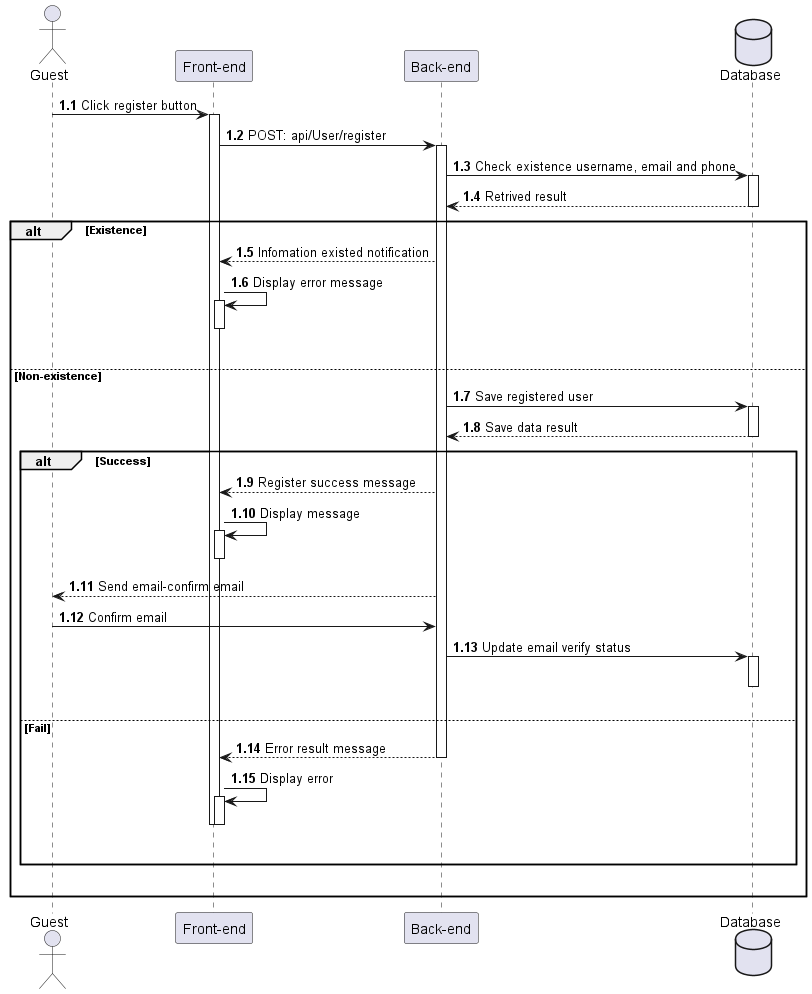
Before: out/Sequences_diagrams/Register/Register.png, a diagram exported from PlantUML (HTPhong-276/iCoaching-Diagrams). Its diagram source:
```plantuml
@startuml Register
actor Guest as user
participant "Front-end" as client
participant "Back-end" as server
database "Database" as db

autonumber 1.1 "<b>0:"

user -> client++ : Click register button
client -> server++ : POST: api/User/register
server -> db++ : Check existence username, email and phone
db --> server : Retrived result
deactivate

alt Existence
    server --> client : Infomation existed notification
    client -> client++ : Display error message
    deactivate
    |||
else Non-existence
    server -> db++ : Save registered user
    db --> server : Save data result
    deactivate
    alt Success
        server --> client : Register success message
        client -> client++ : Display message
        deactivate
        server --> user : Send email-confirm email
        user -> server : Confirm email
        server -> db++ : Update email verify status
        deactivate
        |||
    else Fail
        server --> client : Error result message
        deactivate
        client -> client++ : Display error
        deactivate
        deactivate
        |||
    end
    |||
end
@enduml
```
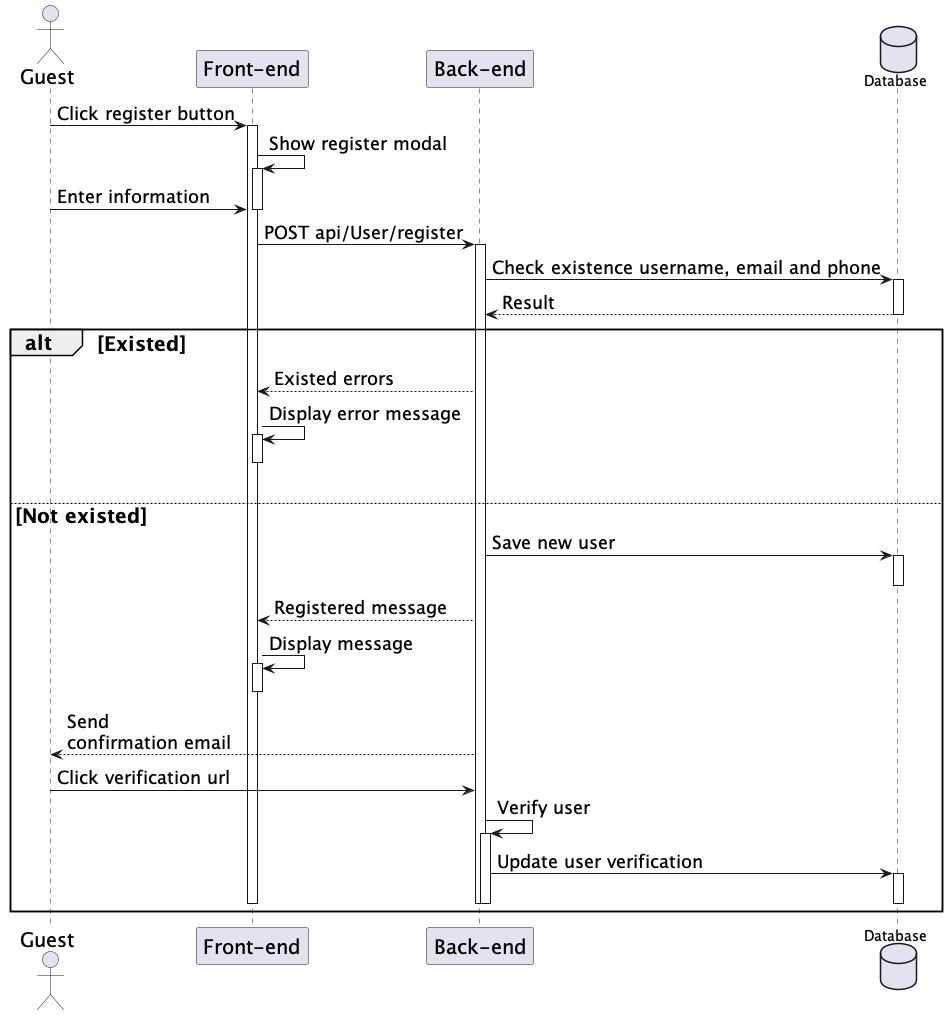
The same diagram one commit later.

The edit, as a diff of the source:
```diff
@@ -1,43 +1,44 @@
 @startuml Register
+skinparam sequenceGroupFontSize 20
+skinparam sequenceGroupHeaderFontSize 20
+skinparam sequence {
+    ParticipantFontSize 20
+    ActorFontSize 20
+    DatabaseFontSize 20
+    ArrowFontSize 18
+}
 actor Guest as user
 participant "Front-end" as client
 participant "Back-end" as server
 database "Database" as db
 
-autonumber 1.1 "<b>0:"
-
 user -> client++ : Click register button
-client -> server++ : POST: api/User/register
+client -> client++: Show register modal
+user -> client: Enter information
+deactivate
+client -> server++ : POST api/User/register
 server -> db++ : Check existence username, email and phone
-db --> server : Retrived result
+db --> server : Result
 deactivate
 
-alt Existence
-    server --> client : Infomation existed notification
+alt Existed
+    server --> client : Existed errors
     client -> client++ : Display error message
     deactivate
     |||
-else Non-existence
-    server -> db++ : Save registered user
-    db --> server : Save data result
+else Not existed
+    server -> db++ : Save new user
     deactivate
-    alt Success
-        server --> client : Register success message
-        client -> client++ : Display message
-        deactivate
-        server --> user : Send email-confirm email
-        user -> server : Confirm email
-        server -> db++ : Update email verify status
-        deactivate
-        |||
-    else Fail
-        server --> client : Error result message
-        deactivate
-        client -> client++ : Display error
-        deactivate
-        deactivate
-        |||
-    end
-    |||
+    server --> client : Registered message
+    client -> client++ : Display message
+    deactivate
+    server --> user : Send\nconfirmation email
+    user -> server : Click verification url
+    server -> server++: Verify user
+    server -> db++ : Update user verification
+    deactivate
+    deactivate
+    deactivate
+    deactivate
 end
 @enduml
```
